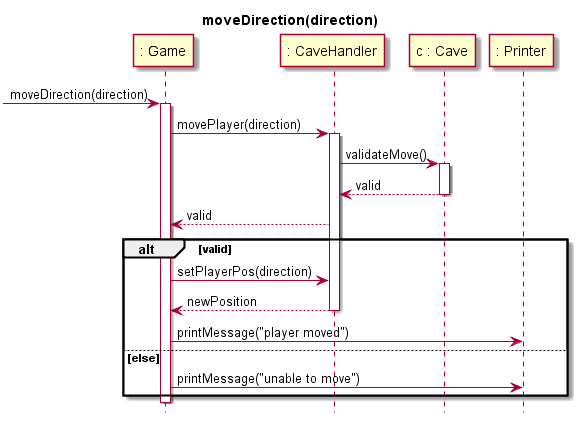
The PlantUML diagram Assignments/img/interaction_diagrams/move_direction.png in donami/OOD-1415-markus-hederstrom, before a commit. The source it was exported from:
```plantuml
@startuml
hide footbox
title moveDirection(direction)

participant ": Game" as Game
participant ": CaveHandler" as CaveHandler
participant "c : Cave" as Cave
participant ": Printer" as Printer

[-> Game: moveDirection(direction)

activate Game

Game -> CaveHandler: movePlayer(direction)
activate CaveHandler

CaveHandler -> Cave: validateMove()

activate Cave
Cave --> CaveHandler: valid
deactivate Cave

CaveHandler --> Game: valid


alt valid
  Game -> CaveHandler: setPlayerPos(direction)
  CaveHandler --> Game: newPosition
  deactivate CaveHandler

  Game -> Printer: printMessage("player moved")

else else

  Game -> Printer: printMessage("unable to move")

end



deactivate Game

@enduml
```
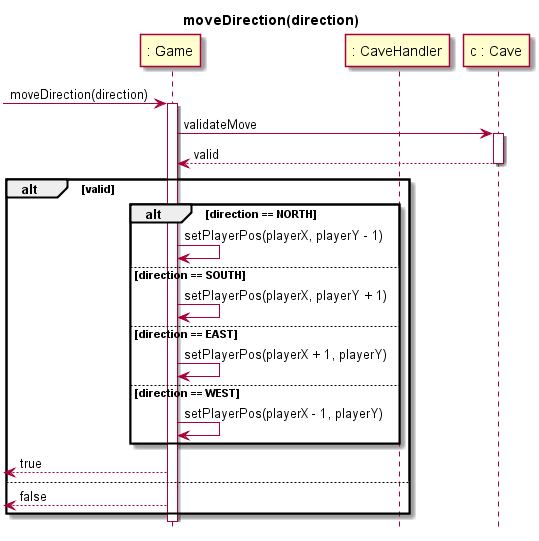
Above is the later version.

The edit, as a diff of the source:
```diff
@@ -5,39 +5,44 @@
 participant ": Game" as Game
 participant ": CaveHandler" as CaveHandler
 participant "c : Cave" as Cave
-participant ": Printer" as Printer
 
 [-> Game: moveDirection(direction)
 
 activate Game
-
-Game -> CaveHandler: movePlayer(direction)
-activate CaveHandler
-
-CaveHandler -> Cave: validateMove()
-
+Game -> Cave: validateMove
 activate Cave
-Cave --> CaveHandler: valid
+Cave --> Game: valid
 deactivate Cave
 
-CaveHandler --> Game: valid
+alt valid
+
+  alt direction == NORTH
+
+    Game -> Game: setPlayerPos(playerX, playerY - 1)
+
+  else direction == SOUTH
+
+    Game -> Game: setPlayerPos(playerX, playerY + 1)
 
 
-alt valid
-  Game -> CaveHandler: setPlayerPos(direction)
-  CaveHandler --> Game: newPosition
-  deactivate CaveHandler
+  else direction == EAST
 
-  Game -> Printer: printMessage("player moved")
+    Game -> Game: setPlayerPos(playerX + 1, playerY)
 
-else else
 
-  Game -> Printer: printMessage("unable to move")
+  else direction == WEST
+
+    Game -> Game: setPlayerPos(playerX - 1, playerY)
+
+  end
+
+  Game -->[: true
+
+else
+
+Game -->[: false
 
 end
 
 
-
-deactivate Game
-
 @enduml
```
